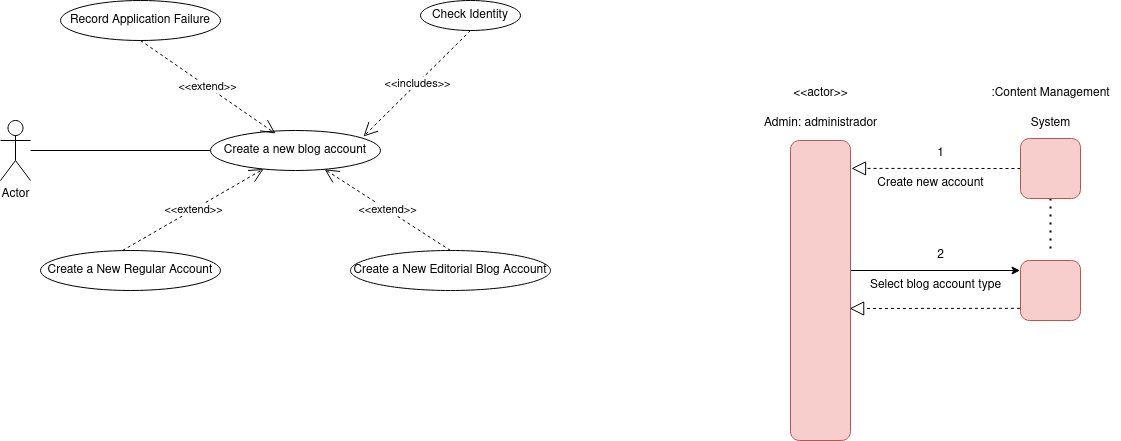
Before: blog/blog.drawio.png, a diagram exported from draw.io (RafaelMayor/ETS). Source tidied: cells renumbered, new cells last; positions are measured from the earlier drawing's top-left corner, leaving out a move shared by most shapes.
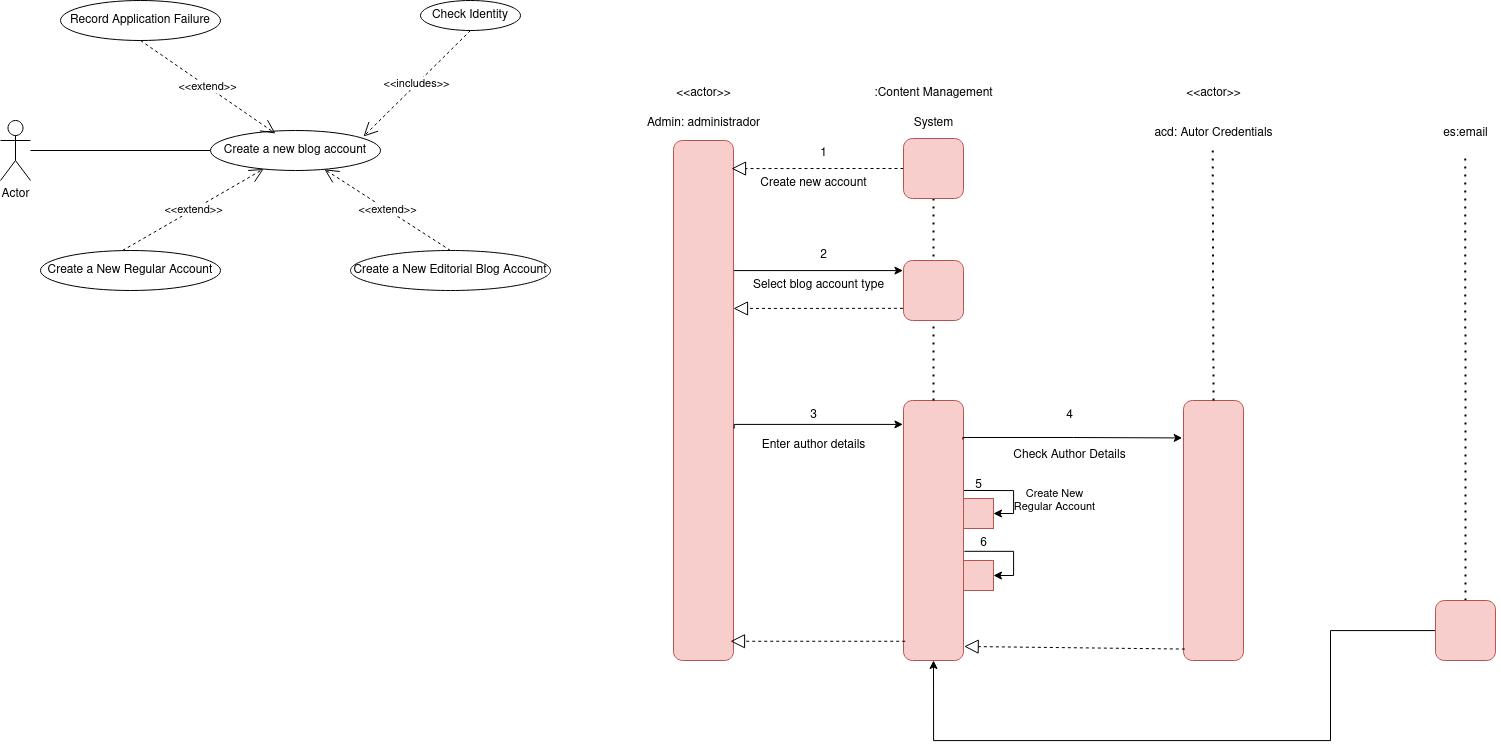
Later version of the same file.

Diff of the diagram source:
```diff
@@ -6,22 +6,22 @@
       <mxGeometry relative="1" as="geometry" />
     </mxCell>
     <mxCell id="3" value="Actor" style="shape=umlActor;verticalLabelPosition=bottom;verticalAlign=top;html=1;outlineConnect=0;" parent="1" vertex="1">
-      <mxGeometry y="120" width="30" height="60" as="geometry" />
+      <mxGeometry x="117" y="120" width="30" height="60" as="geometry" />
     </mxCell>
     <mxCell id="4" value="Check Identity" style="ellipse;whiteSpace=wrap;html=1;" parent="1" vertex="1">
-      <mxGeometry x="420" width="100" height="30" as="geometry" />
+      <mxGeometry x="537" width="100" height="30" as="geometry" />
     </mxCell>
     <mxCell id="5" value="&lt;div&gt;Create a New Editorial Blog Account&lt;/div&gt;" style="ellipse;whiteSpace=wrap;html=1;" parent="1" vertex="1">
-      <mxGeometry x="350" y="250" width="200" height="40" as="geometry" />
+      <mxGeometry x="467" y="250" width="200" height="40" as="geometry" />
     </mxCell>
     <mxCell id="6" value="Create a New Regular Account" style="ellipse;whiteSpace=wrap;html=1;" parent="1" vertex="1">
-      <mxGeometry x="40" y="250" width="180" height="40" as="geometry" />
+      <mxGeometry x="157" y="250" width="180" height="40" as="geometry" />
     </mxCell>
     <mxCell id="7" value="Record Application Failure" style="ellipse;whiteSpace=wrap;html=1;" parent="1" vertex="1">
-      <mxGeometry x="60" width="160" height="40" as="geometry" />
+      <mxGeometry x="177" width="160" height="40" as="geometry" />
     </mxCell>
     <mxCell id="8" value="Create a new blog account" style="ellipse;whiteSpace=wrap;html=1;" parent="1" vertex="1">
-      <mxGeometry x="210" y="130" width="170" height="40" as="geometry" />
+      <mxGeometry x="327" y="130" width="170" height="40" as="geometry" />
     </mxCell>
     <mxCell id="9" value="&amp;lt;&amp;lt;extend&amp;gt;&amp;gt;" style="endArrow=open;endSize=12;dashed=1;html=1;rounded=0;exitX=0.5;exitY=1;exitDx=0;exitDy=0;entryX=0.382;entryY=0.075;entryDx=0;entryDy=0;entryPerimeter=0;" parent="1" edge="1" source="7" target="8">
       <mxGeometry relative="1" as="geometry" />
@@ -50,7 +50,7 @@
       </mxGeometry>
     </mxCell>
     <mxCell id="16" style="rounded=1;whiteSpace=wrap;html=1;rotation=90;fillColor=#f8cecc;strokeColor=#b85450;" parent="1" vertex="1">
-      <mxGeometry x="670" y="260" width="300" height="60" as="geometry" />
+      <mxGeometry x="560" y="370" width="520" height="60" as="geometry" />
     </mxCell>
     <mxCell id="17" value=":Content Management" style="text;html=1;align=center;verticalAlign=middle;strokeColor=none;fillColor=none;" parent="1" vertex="1">
       <mxGeometry x="980" y="78" width="140" height="30" as="geometry" />
@@ -58,13 +58,10 @@
     <mxCell id="18" value="System" style="text;html=1;align=center;verticalAlign=middle;strokeColor=none;fillColor=none;" parent="1" vertex="1">
       <mxGeometry x="1020" y="108" width="60" height="30" as="geometry" />
     </mxCell>
-    <mxCell id="19" style="endArrow=none;dashed=1;html=1;dashPattern=1 3;strokeWidth=2;rounded=0;entryX=0.5;entryY=0;entryDx=0;entryDy=0;" parent="1" edge="1">
-      <mxGeometry relative="1" as="geometry">
-        <mxPoint x="1050" y="198" as="sourcePoint" />
-        <mxPoint x="1050" y="250" as="targetPoint" />
-      </mxGeometry>
+    <mxCell id="19" style="endArrow=none;dashed=1;html=1;dashPattern=1 3;strokeWidth=2;rounded=0;entryX=0.5;entryY=0;entryDx=0;entryDy=0;exitX=0.5;exitY=1;exitDx=0;exitDy=0;" parent="1" edge="1" source="26" target="27">
+      <mxGeometry relative="1" as="geometry" />
     </mxCell>
-    <mxCell id="20" style="endArrow=block;dashed=1;endFill=0;endSize=12;html=1;rounded=0;entryX=0.093;entryY=-0.017;entryDx=0;entryDy=0;entryPerimeter=0;exitX=0;exitY=0.5;exitDx=0;exitDy=0;" parent="1" edge="1" target="16">
+    <mxCell id="20" style="endArrow=block;dashed=1;endFill=0;endSize=12;html=1;rounded=0;entryX=0.054;entryY=0.033;entryDx=0;entryDy=0;entryPerimeter=0;exitX=0;exitY=0.5;exitDx=0;exitDy=0;" parent="1" edge="1" target="16">
       <mxGeometry relative="1" as="geometry">
         <mxPoint x="1020" y="168" as="sourcePoint" />
       </mxGeometry>
@@ -81,7 +78,7 @@
     <mxCell id="24" value="Select blog account type" style="text;html=1;align=center;verticalAlign=middle;strokeColor=none;fillColor=none;" parent="1" vertex="1">
       <mxGeometry x="860" y="270" width="150" height="30" as="geometry" />
     </mxCell>
-    <mxCell id="25" style="endArrow=block;dashed=1;endFill=0;endSize=12;html=1;rounded=0;entryX=0.56;entryY=0.014;entryDx=0;entryDy=0;exitX=-0.009;exitY=0.797;exitDx=0;exitDy=0;exitPerimeter=0;entryPerimeter=0;" parent="1" edge="1" source="27" target="16">
+    <mxCell id="25" style="endArrow=block;dashed=1;endFill=0;endSize=12;html=1;rounded=0;entryX=0.323;entryY=0;entryDx=0;entryDy=0;exitX=-0.009;exitY=0.797;exitDx=0;exitDy=0;exitPerimeter=0;entryPerimeter=0;" parent="1" edge="1" source="27" target="16">
       <mxGeometry relative="1" as="geometry" />
     </mxCell>
     <mxCell id="26" style="rounded=1;whiteSpace=wrap;html=1;fillColor=#f8cecc;strokeColor=#b85450;" parent="1" vertex="1">
@@ -90,5 +87,105 @@
     <mxCell id="27" style="rounded=1;whiteSpace=wrap;html=1;fillColor=#f8cecc;strokeColor=#b85450;" parent="1" vertex="1">
       <mxGeometry x="1020" y="260" width="60" height="60" as="geometry" />
     </mxCell>
+    <mxCell id="28" style="edgeStyle=orthogonalEdgeStyle;rounded=0;jettySize=auto;html=1;entryX=1;entryY=0.5;entryDx=0;entryDy=0;exitX=-0.015;exitY=0.665;exitDx=0;exitDy=0;exitPerimeter=0;" parent="1" edge="1" source="41" target="42">
+      <mxGeometry relative="1" as="geometry">
+        <Array as="points">
+          <mxPoint x="1130" y="490" />
+          <mxPoint x="1130" y="513" />
+        </Array>
+      </mxGeometry>
+    </mxCell>
+    <mxCell id="29" style="edgeStyle=orthogonalEdgeStyle;rounded=0;jettySize=auto;html=1;entryX=1;entryY=0.5;entryDx=0;entryDy=0;exitX=0.58;exitY=-0.015;exitDx=0;exitDy=0;exitPerimeter=0;" parent="1" edge="1" source="30" target="43">
+      <mxGeometry relative="1" as="geometry">
+        <Array as="points">
+          <mxPoint x="1130" y="551" />
+          <mxPoint x="1130" y="575" />
+        </Array>
+      </mxGeometry>
+    </mxCell>
+    <mxCell id="30" style="rounded=1;whiteSpace=wrap;html=1;rotation=90;fillColor=#f8cecc;strokeColor=#b85450;" parent="1" vertex="1">
+      <mxGeometry x="920" y="500" width="260" height="60" as="geometry" />
+    </mxCell>
+    <mxCell id="31" style="endArrow=none;dashed=1;html=1;dashPattern=1 3;strokeWidth=2;rounded=0;entryX=0.5;entryY=1;entryDx=0;entryDy=0;exitX=0;exitY=0.5;exitDx=0;exitDy=0;" parent="1" edge="1" source="30" target="27">
+      <mxGeometry relative="1" as="geometry" />
+    </mxCell>
+    <mxCell id="32" style="edgeStyle=orthogonalEdgeStyle;rounded=0;jettySize=auto;html=1;entryX=0.092;entryY=1.01;entryDx=0;entryDy=0;entryPerimeter=0;exitX=0.554;exitY=-0.011;exitDx=0;exitDy=0;exitPerimeter=0;" parent="1" edge="1" source="16" target="30">
+      <mxGeometry relative="1" as="geometry">
+        <Array as="points">
+          <mxPoint x="851" y="424" />
+        </Array>
+      </mxGeometry>
+    </mxCell>
+    <mxCell id="33" value="&lt;div&gt;3&lt;/div&gt;" style="text;html=1;align=center;verticalAlign=middle;strokeColor=none;fillColor=none;" parent="1" vertex="1">
+      <mxGeometry x="915" y="400" width="30" height="30" as="geometry" />
+    </mxCell>
+    <mxCell id="34" value="Enter author details" style="text;html=1;align=center;verticalAlign=middle;strokeColor=none;fillColor=none;" parent="1" vertex="1">
+      <mxGeometry x="865" y="430" width="130" height="30" as="geometry" />
+    </mxCell>
+    <mxCell id="35" style="rounded=1;whiteSpace=wrap;html=1;rotation=90;fillColor=#f8cecc;strokeColor=#b85450;" parent="1" vertex="1">
+      <mxGeometry x="1200" y="500" width="260" height="60" as="geometry" />
+    </mxCell>
+    <mxCell id="36" style="edgeStyle=orthogonalEdgeStyle;rounded=0;jettySize=auto;html=1;entryX=0.144;entryY=1.022;entryDx=0;entryDy=0;entryPerimeter=0;exitX=0.15;exitY=0.011;exitDx=0;exitDy=0;exitPerimeter=0;" parent="1" edge="1" source="30" target="35">
+      <mxGeometry relative="1" as="geometry">
+        <Array as="points">
+          <mxPoint x="1079" y="437" />
+          <mxPoint x="1190" y="437" />
+        </Array>
+      </mxGeometry>
+    </mxCell>
+    <mxCell id="37" style="endArrow=block;dashed=1;endFill=0;endSize=12;html=1;rounded=0;entryX=0.946;entryY=-0.011;entryDx=0;entryDy=0;exitX=0.956;exitY=0.978;exitDx=0;exitDy=0;exitPerimeter=0;entryPerimeter=0;" parent="1" edge="1" source="35" target="30">
+      <mxGeometry relative="1" as="geometry" />
+    </mxCell>
+    <mxCell id="38" value="Check Author Details" style="text;html=1;align=center;verticalAlign=middle;strokeColor=none;fillColor=none;" parent="1" vertex="1">
+      <mxGeometry x="1115.5" y="440" width="140" height="30" as="geometry" />
+    </mxCell>
+    <mxCell id="39" value="4" style="text;html=1;align=center;verticalAlign=middle;strokeColor=none;fillColor=none;" parent="1" vertex="1">
+      <mxGeometry x="1170.5" y="400" width="30" height="30" as="geometry" />
+    </mxCell>
+    <mxCell id="40" value="&lt;div style=&quot;font-size: 11px;&quot;&gt;&lt;font style=&quot;font-size: 11px;&quot;&gt;Create New&lt;/font&gt;&lt;/div&gt;&lt;div style=&quot;font-size: 11px;&quot;&gt;&lt;font style=&quot;font-size: 11px;&quot;&gt;Regular Account&lt;/font&gt;&lt;/div&gt;" style="text;html=1;align=center;verticalAlign=middle;strokeColor=none;fillColor=none;" parent="1" vertex="1">
+      <mxGeometry x="1121" y="480" width="100" height="40" as="geometry" />
+    </mxCell>
+    <mxCell id="41" value="5" style="text;html=1;align=center;verticalAlign=middle;points=[];strokeColor=none;fillColor=none;" parent="1" vertex="1">
+      <mxGeometry x="1080" y="470" width="30" height="30" as="geometry" />
+    </mxCell>
+    <mxCell id="42" style="whiteSpace=wrap;html=1;fillColor=#f8cecc;strokeColor=#b85450;" parent="1" vertex="1">
+      <mxGeometry x="1080" y="498" width="30" height="30" as="geometry" />
+    </mxCell>
+    <mxCell id="43" style="whiteSpace=wrap;html=1;fillColor=#f8cecc;strokeColor=#b85450;" parent="1" vertex="1">
+      <mxGeometry x="1080" y="560" width="30" height="30" as="geometry" />
+    </mxCell>
+    <mxCell id="44" value="6" style="text;html=1;align=center;verticalAlign=middle;strokeColor=none;fillColor=none;" parent="1" vertex="1">
+      <mxGeometry x="1085" y="528" width="30" height="30" as="geometry" />
+    </mxCell>
+    <mxCell id="45" value="&amp;lt;&amp;lt;actor&amp;gt;&amp;gt;" style="text;html=1;align=center;verticalAlign=middle;strokeColor=none;fillColor=none;" parent="1" vertex="1">
+      <mxGeometry x="1290" y="78" width="80" height="30" as="geometry" />
+    </mxCell>
+    <mxCell id="46" value="acd: Autor Credentials" style="text;html=1;align=center;verticalAlign=middle;points=[];strokeColor=none;fillColor=none;" parent="1" vertex="1">
+      <mxGeometry x="1260" y="118" width="140" height="30" as="geometry" />
+    </mxCell>
+    <mxCell id="47" style="endArrow=none;dashed=1;html=1;dashPattern=1 3;strokeWidth=2;rounded=0;entryX=0.494;entryY=1.056;entryDx=0;entryDy=0;entryPerimeter=0;exitX=0;exitY=0.5;exitDx=0;exitDy=0;" parent="1" edge="1" source="35" target="46">
+      <mxGeometry relative="1" as="geometry" />
+    </mxCell>
+    <mxCell id="48" value="es:email" style="text;html=1;align=center;verticalAlign=middle;points=[];strokeColor=none;fillColor=none;" parent="1" vertex="1">
+      <mxGeometry x="1547" y="118" width="70" height="30" as="geometry" />
+    </mxCell>
+    <mxCell id="49" style="endArrow=none;dashed=1;html=1;dashPattern=1 3;strokeWidth=2;rounded=0;entryX=0.497;entryY=1.274;entryDx=0;entryDy=0;entryPerimeter=0;exitX=0.5;exitY=0;exitDx=0;exitDy=0;" parent="1" edge="1" source="51" target="48">
+      <mxGeometry relative="1" as="geometry" />
+    </mxCell>
+    <mxCell id="50" style="edgeStyle=orthogonalEdgeStyle;rounded=0;jettySize=auto;html=1;entryX=1;entryY=0.5;entryDx=0;entryDy=0;" parent="1" edge="1" source="51" target="30">
+      <mxGeometry relative="1" as="geometry">
+        <Array as="points">
+          <mxPoint x="1447" y="630" />
+          <mxPoint x="1447" y="740" />
+          <mxPoint x="1050" y="740" />
+        </Array>
+      </mxGeometry>
+    </mxCell>
+    <mxCell id="51" style="rounded=1;whiteSpace=wrap;html=1;fillColor=#f8cecc;strokeColor=#b85450;" parent="1" vertex="1">
+      <mxGeometry x="1552" y="600" width="60" height="60" as="geometry" />
+    </mxCell>
+    <mxCell id="52" style="endArrow=block;dashed=1;endFill=0;endSize=12;html=1;rounded=0;exitX=0.926;exitY=0.971;exitDx=0;exitDy=0;exitPerimeter=0;entryX=0.963;entryY=0.05;entryDx=0;entryDy=0;entryPerimeter=0;" parent="1" edge="1" source="30" target="16">
+      <mxGeometry relative="1" as="geometry" />
+    </mxCell>
   </root>
 </mxGraphModel>
```
